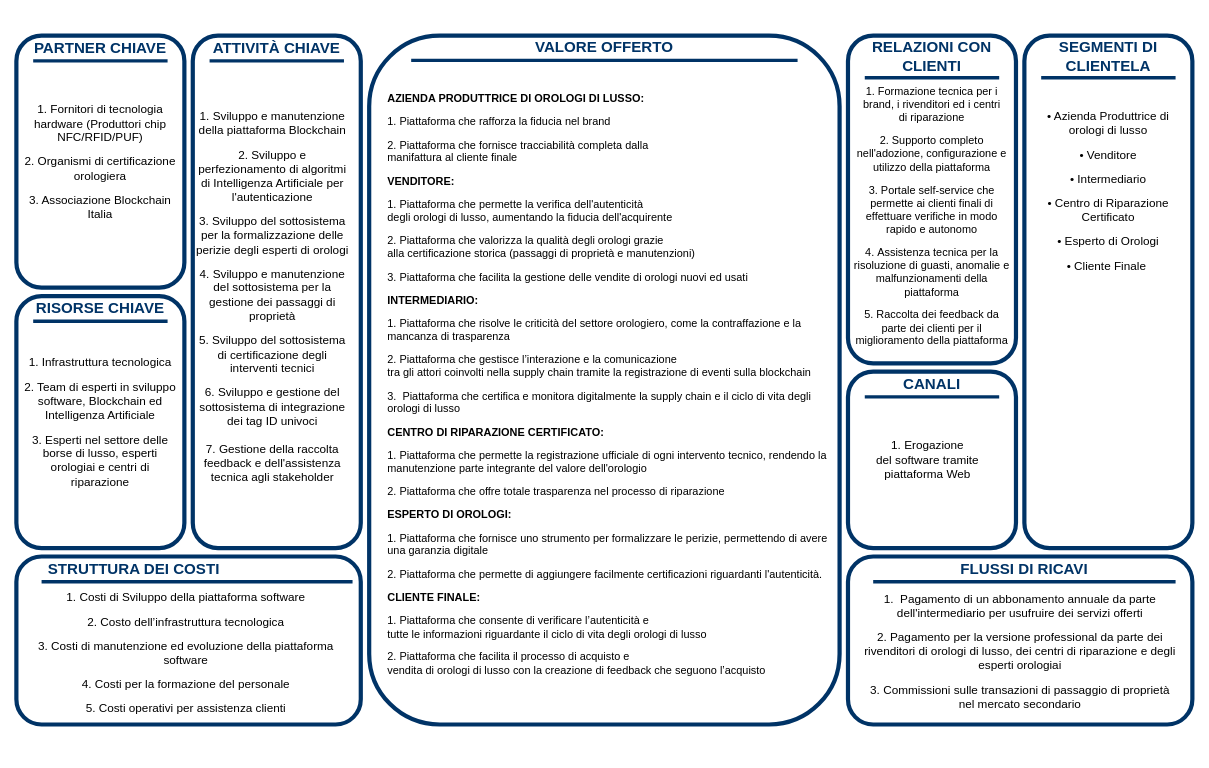
This is Diagrammi/Capitolo3/CANVAS.drawio from Vittorio92/ProgettoSistemiInformativi, a draw.io file, before an edit. Source tidied: cells renumbered, new cells numbered last; positions are measured from the earlier drawing's top-left corner, leaving out a move shared by most shapes. Both pictures are drawn from the tidied source at 84%, with x=0, y=0 at pixel (16, 14).
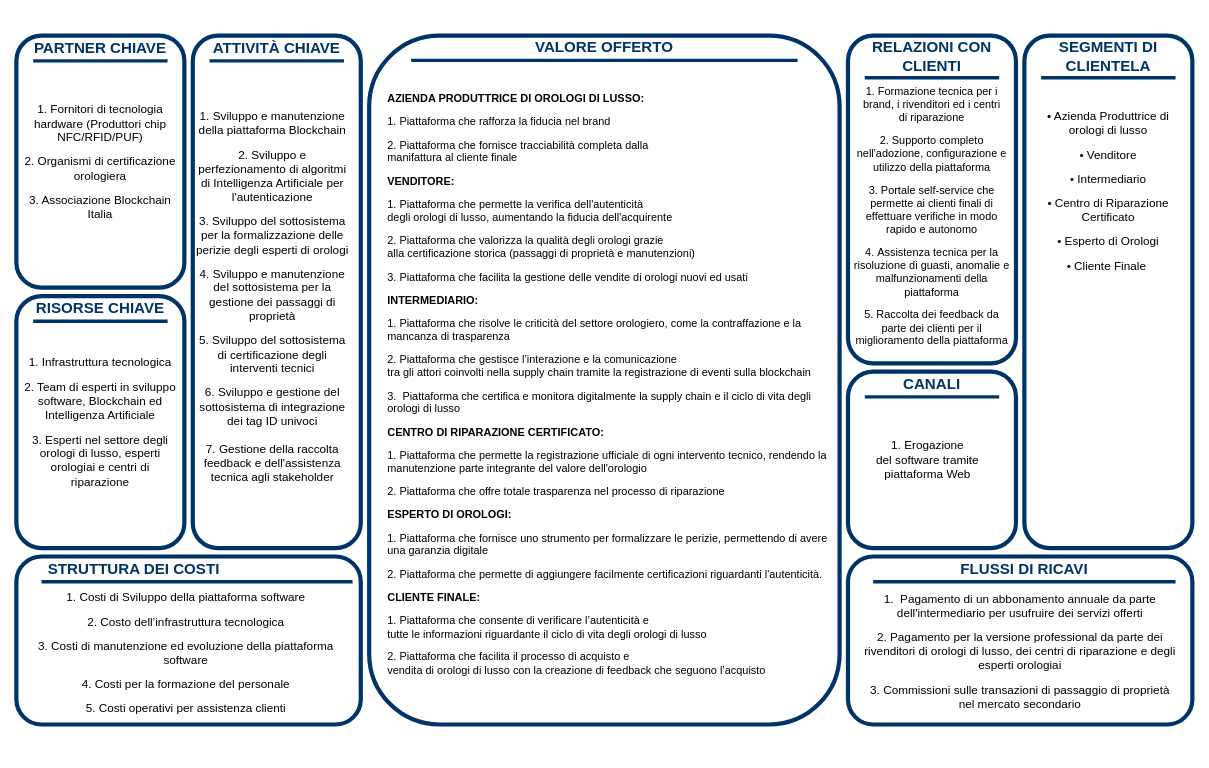
The same page after the edit.

The edit, as a diff of the source:
```diff
@@
-    <mxCell id="31" value="&lt;p class=&quot;MsoNormal&quot;&gt;&lt;font style=&quot;color: rgb(0, 0, 0); font-size: 14px;&quot;&gt;1. Infrastruttura tecnologica&lt;/font&gt;&lt;/p&gt;&lt;p class=&quot;MsoNormal&quot;&gt;&lt;font style=&quot;color: rgb(0, 0, 0); font-size: 14px;&quot;&gt;2. Team di esperti in sviluppo software, Blockchain ed Intelligenza Artificiale&lt;/font&gt;&lt;/p&gt;&lt;p class=&quot;MsoNormal&quot;&gt;&lt;font style=&quot;color: rgb(0, 0, 0); font-size: 14px;&quot;&gt;3.&amp;nbsp;Esperti nel settore delle borse di lusso, esperti orologiai e centri di riparazione&lt;/font&gt;&lt;/p&gt;" style="text;html=1;whiteSpace=wrap;strokeColor=none;fillColor=none;align=center;verticalAlign=middle;rounded=0;" parent="1" vertex="1">
+    <mxCell id="31" value="&lt;p class=&quot;MsoNormal&quot;&gt;&lt;font style=&quot;color: rgb(0, 0, 0); font-size: 14px;&quot;&gt;1. Infrastruttura tecnologica&lt;/font&gt;&lt;/p&gt;&lt;p class=&quot;MsoNormal&quot;&gt;&lt;font style=&quot;color: rgb(0, 0, 0); font-size: 14px;&quot;&gt;2. Team di esperti in sviluppo software, Blockchain ed Intelligenza Artificiale&lt;/font&gt;&lt;/p&gt;&lt;p class=&quot;MsoNormal&quot;&gt;&lt;font style=&quot;color: rgb(0, 0, 0); font-size: 14px;&quot;&gt;3.&amp;nbsp;Esperti nel settore degli orologi di lusso, esperti orologiai e centri di riparazione&lt;/font&gt;&lt;/p&gt;" style="text;html=1;whiteSpace=wrap;strokeColor=none;fillColor=none;align=center;verticalAlign=middle;rounded=0;" parent="1" vertex="1">
       <mxGeometry x="5" y="335" width="190" height="300" as="geometry" />
     </mxCell>
```
